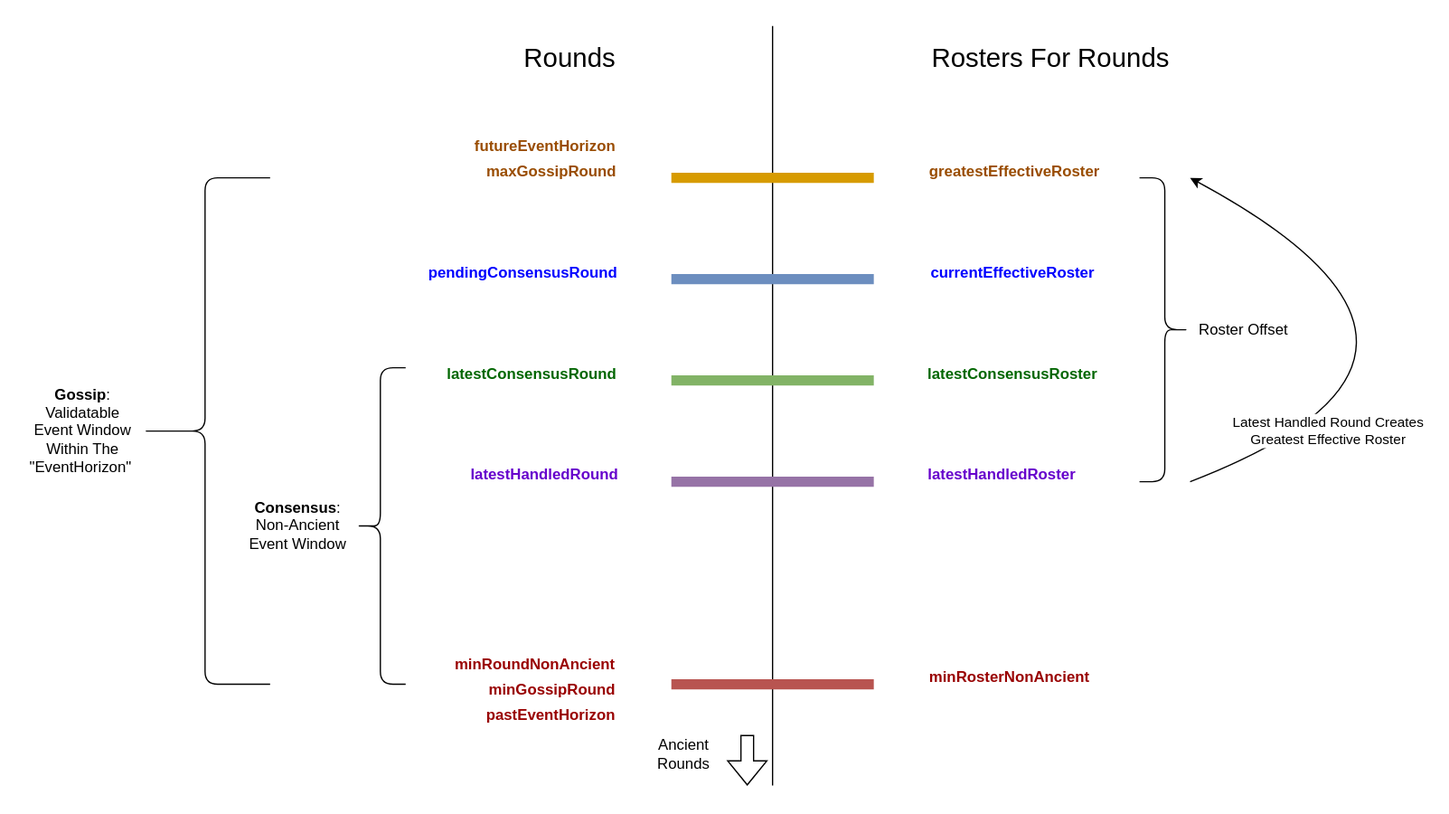
hashgraph/hedera-services keeps this draw.io diagram as platform-sdk/docs/core/dynamic-address-book/roster/EventWindowTerminology.drawio.svg. Above is the earlier version. Source tidied: cells renumbered, new cells last; positions are measured from the earlier drawing's top-left corner, leaving out a move shared by most shapes.
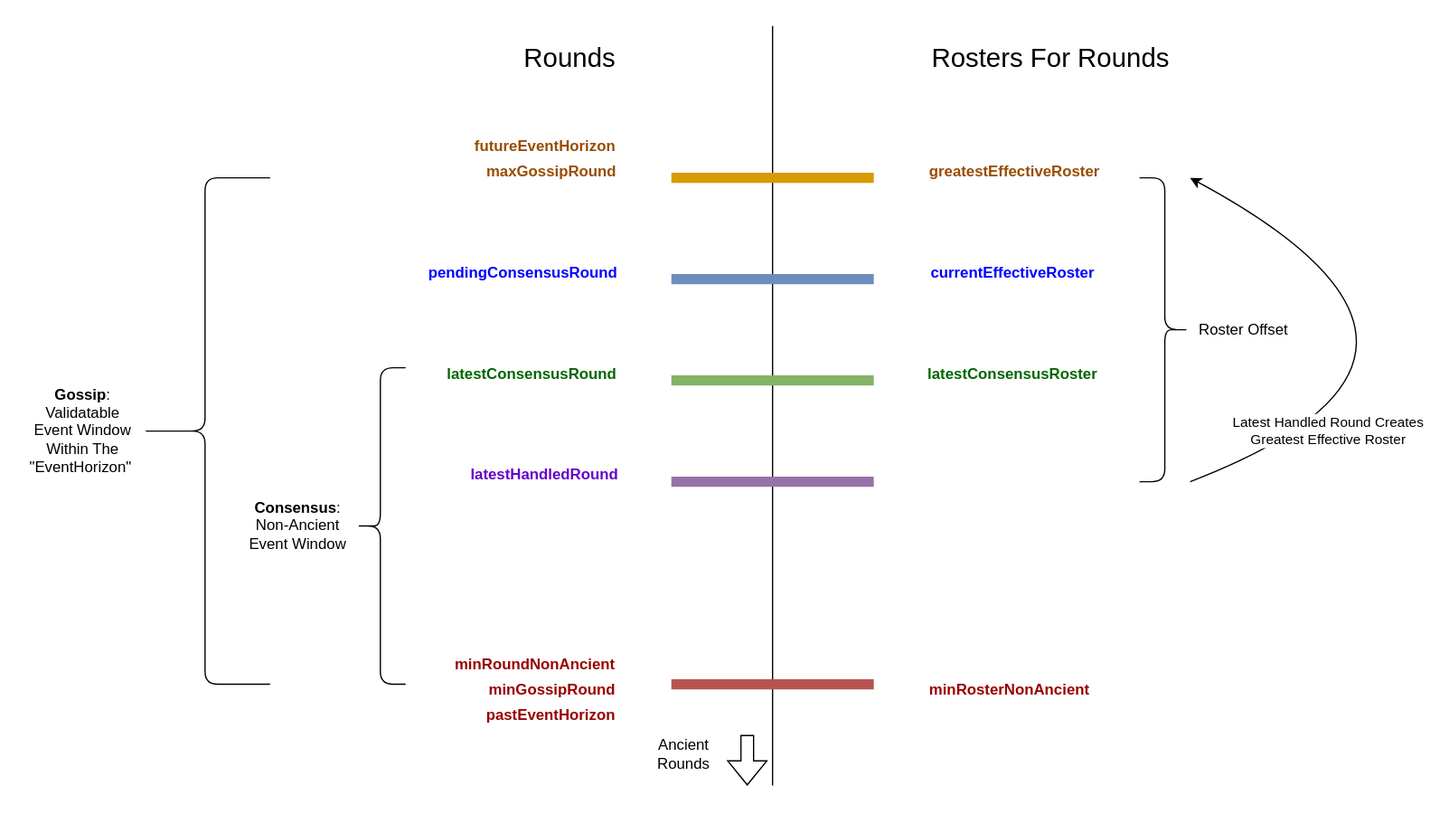
Later version of the same file.

Change to the diagram source:
```diff
@@ -97,9 +97,6 @@
     <mxCell id="23" value="&lt;b&gt;&lt;font color=&quot;#994c00&quot;&gt;maxGossipRound&lt;/font&gt;&lt;/b&gt;" style="text;html=1;strokeColor=none;fillColor=none;align=center;verticalAlign=middle;whiteSpace=wrap;rounded=0;" parent="1" vertex="1">
       <mxGeometry x="357.5" y="100" width="115" height="30" as="geometry" />
     </mxCell>
-    <mxCell id="24" value="&lt;font color=&quot;#6600cc&quot;&gt;&lt;b&gt;latestHandledRoster&lt;br&gt;&lt;/b&gt;&lt;/font&gt;" style="text;html=1;strokeColor=none;fillColor=none;align=center;verticalAlign=middle;whiteSpace=wrap;rounded=0;" parent="1" vertex="1">
-      <mxGeometry x="710" y="340" width="122.5" height="30" as="geometry" />
-    </mxCell>
     <mxCell id="25" value="&lt;span style=&quot;&quot;&gt;&lt;font color=&quot;#990000&quot;&gt;minGossipRound&lt;/font&gt;&lt;br&gt;&lt;/span&gt;" style="text;html=1;strokeColor=none;fillColor=none;align=center;verticalAlign=middle;whiteSpace=wrap;rounded=0;fontStyle=1;" parent="1" vertex="1">
       <mxGeometry x="361.2" y="510" width="110" height="30" as="geometry" />
     </mxCell>
@@ -119,7 +116,7 @@
       <mxGeometry x="710" y="260" width="140" height="30" as="geometry" />
     </mxCell>
     <mxCell id="31" value="&lt;span style=&quot;&quot;&gt;&lt;font color=&quot;#990000&quot;&gt;minRosterNonAncient&lt;/font&gt;&lt;br&gt;&lt;/span&gt;" style="text;html=1;strokeColor=none;fillColor=none;align=center;verticalAlign=middle;whiteSpace=wrap;rounded=0;fontStyle=1;" parent="1" vertex="1">
-      <mxGeometry x="710" y="500" width="135" height="30" as="geometry" />
+      <mxGeometry x="710" y="510" width="135" height="30" as="geometry" />
     </mxCell>
     <mxCell id="32" value="&lt;b&gt;&lt;font color=&quot;#994c00&quot;&gt;futureEventHorizon&lt;/font&gt;&lt;/b&gt;" style="text;html=1;strokeColor=none;fillColor=none;align=center;verticalAlign=middle;whiteSpace=wrap;rounded=0;" parent="1" vertex="1">
       <mxGeometry x="347.5" y="80" width="125" height="30" as="geometry" />
```
